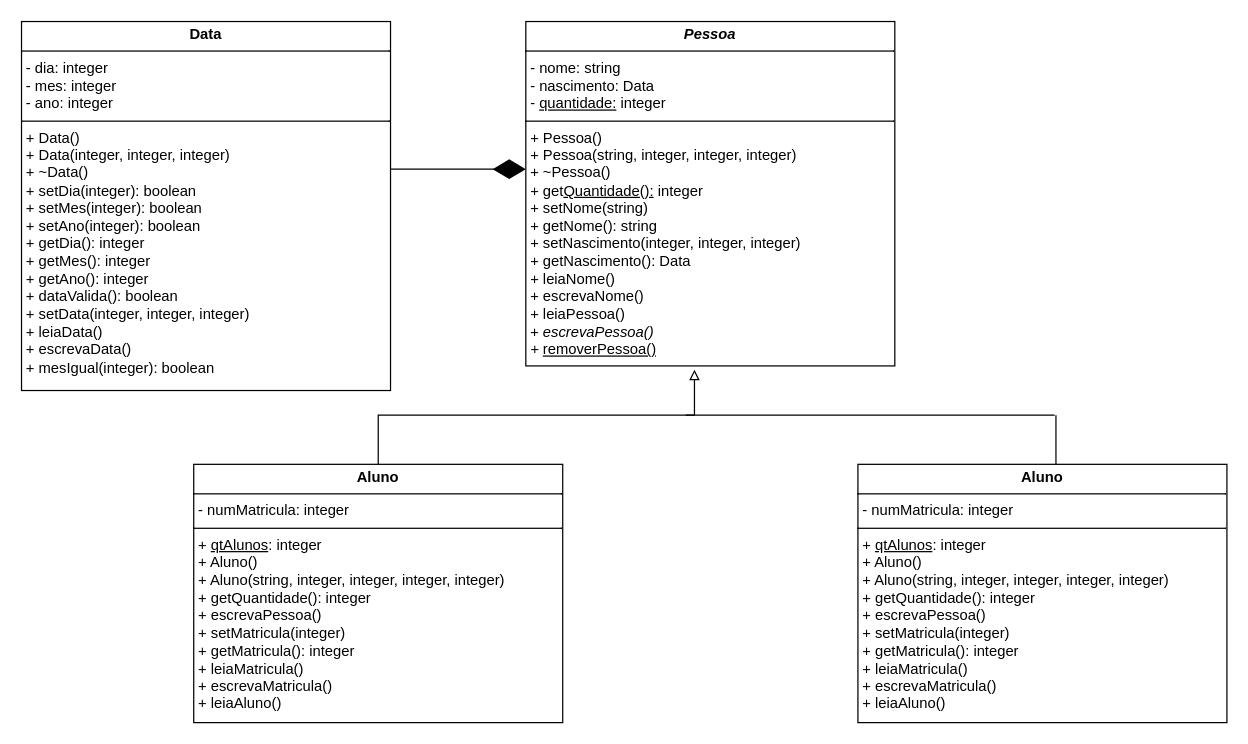
Above: Diagrama sem nome.drawio in PaulaNogueiraC/Diagrama-Classes-UML (draw.io), before the change. Source tidied: cells renumbered, new cells numbered last; positions are measured from the earlier drawing's top-left corner, leaving out a move shared by most shapes. Both pictures are drawn from the tidied source at 123%, with x=0, y=0 at pixel (21, 21).
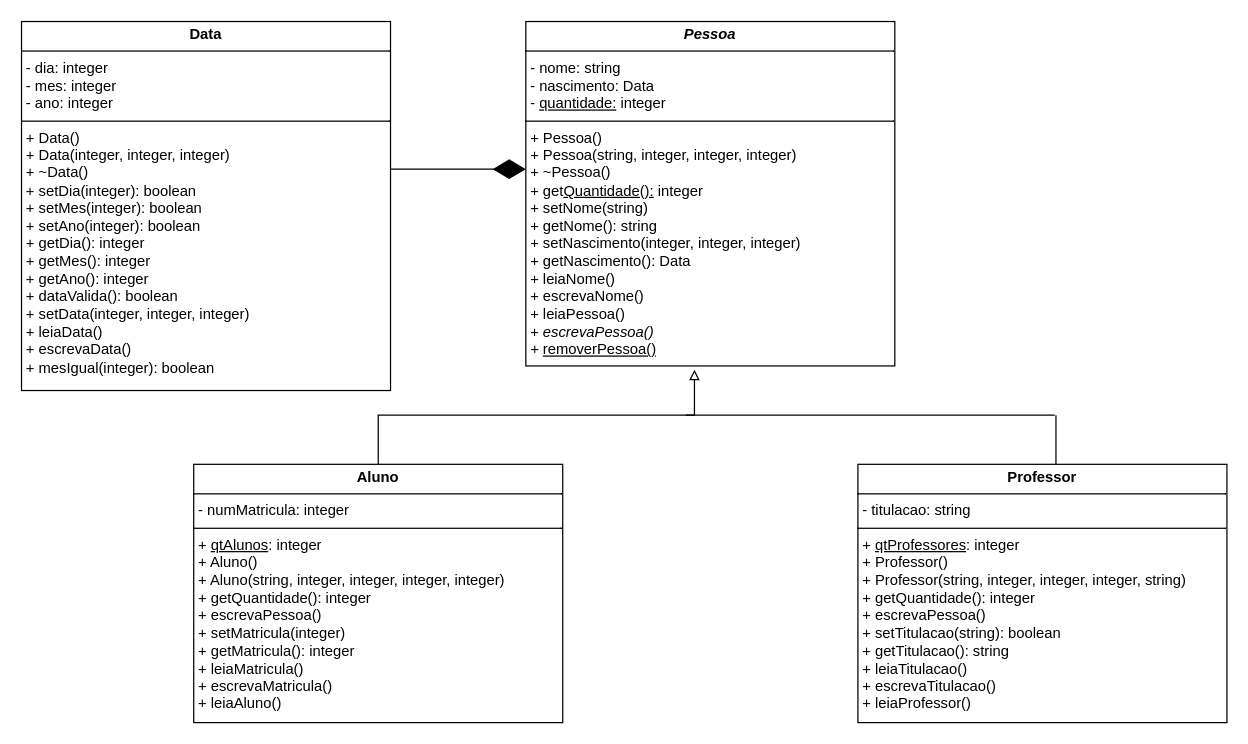
The same diagram, later.

Commit message:
classe professor

What changed in the source:
```diff
@@
 <mxGraphModel>
   <root>
     <mxCell id="0" />
     <mxCell id="1" parent="0" />
     <mxCell id="2" value="&lt;p style=&quot;margin:0px;margin-top:4px;text-align:center;&quot;&gt;&lt;b&gt;Data&lt;/b&gt;&lt;/p&gt;&lt;hr size=&quot;1&quot; style=&quot;border-style:solid;&quot;&gt;&lt;p style=&quot;margin:0px;margin-left:4px;&quot;&gt;- dia: integer&lt;/p&gt;&lt;p style=&quot;margin:0px;margin-left:4px;&quot;&gt;- mes: integer&lt;/p&gt;&lt;p style=&quot;margin:0px;margin-left:4px;&quot;&gt;- ano: integer&lt;/p&gt;&lt;hr size=&quot;1&quot; style=&quot;border-style:solid;&quot;&gt;&lt;p style=&quot;margin:0px;margin-left:4px;&quot;&gt;+ Data()&lt;/p&gt;&lt;p style=&quot;margin:0px;margin-left:4px;&quot;&gt;+ Data(integer, integer, integer)&lt;/p&gt;&lt;p style=&quot;margin:0px;margin-left:4px;&quot;&gt;+ ~Data()&lt;/p&gt;&lt;p style=&quot;margin:0px;margin-left:4px;&quot;&gt;&lt;span style=&quot;background-color: initial;&quot;&gt;+ setDia(integer): boolean&lt;/span&gt;&lt;br&gt;&lt;/p&gt;&lt;p style=&quot;margin:0px;margin-left:4px;&quot;&gt;+ setMes(integer): boolean&lt;/p&gt;&lt;p style=&quot;margin:0px;margin-left:4px;&quot;&gt;+ setAno(integer): boolean&lt;/p&gt;&lt;p style=&quot;margin:0px;margin-left:4px;&quot;&gt;+ getDia(): integer&lt;/p&gt;&lt;p style=&quot;margin:0px;margin-left:4px;&quot;&gt;+ getMes(): integer&lt;/p&gt;&lt;p style=&quot;margin:0px;margin-left:4px;&quot;&gt;+ getAno(): integer&lt;/p&gt;&lt;p style=&quot;margin:0px;margin-left:4px;&quot;&gt;+ dataValida(): boolean&lt;/p&gt;&lt;p style=&quot;margin:0px;margin-left:4px;&quot;&gt;+ setData(integer, integer, integer)&lt;/p&gt;&lt;p style=&quot;margin:0px;margin-left:4px;&quot;&gt;+ leiaData()&lt;/p&gt;&lt;p style=&quot;margin:0px;margin-left:4px;&quot;&gt;+ escrevaData()&lt;/p&gt;&lt;p style=&quot;margin:0px;margin-left:4px;&quot;&gt;+ mesIgual(integer): boolean&lt;/p&gt;&lt;p style=&quot;margin:0px;margin-left:4px;&quot;&gt;&lt;br&gt;&lt;/p&gt;&lt;p style=&quot;margin:0px;margin-left:4px;&quot;&gt;&lt;br&gt;&lt;/p&gt;" style="verticalAlign=top;align=left;overflow=fill;html=1;whiteSpace=wrap;" parent="1" vertex="1">
       <mxGeometry width="300" height="300" as="geometry" />
     </mxCell>
     <mxCell id="3" value="&lt;p style=&quot;margin:0px;margin-top:4px;text-align:center;&quot;&gt;&lt;b&gt;&lt;i&gt;Pessoa&lt;/i&gt;&lt;/b&gt;&lt;/p&gt;&lt;hr size=&quot;1&quot; style=&quot;border-style:solid;&quot;&gt;&lt;p style=&quot;margin:0px;margin-left:4px;&quot;&gt;- nome: string&lt;/p&gt;&lt;p style=&quot;margin:0px;margin-left:4px;&quot;&gt;- nascimento: Data&lt;/p&gt;&lt;p style=&quot;margin:0px;margin-left:4px;&quot;&gt;- &lt;u&gt;quantidade:&lt;/u&gt; integer&lt;/p&gt;&lt;hr size=&quot;1&quot; style=&quot;border-style:solid;&quot;&gt;&lt;p style=&quot;margin:0px;margin-left:4px;&quot;&gt;+ Pessoa()&lt;/p&gt;&lt;p style=&quot;margin:0px;margin-left:4px;&quot;&gt;+ Pessoa(string, integer, integer, integer)&lt;/p&gt;&lt;p style=&quot;margin:0px;margin-left:4px;&quot;&gt;+ ~Pessoa()&lt;/p&gt;&lt;p style=&quot;margin:0px;margin-left:4px;&quot;&gt;+ get&lt;u&gt;Quantidade():&lt;/u&gt; integer&lt;/p&gt;&lt;p style=&quot;margin:0px;margin-left:4px;&quot;&gt;+ setNome(string)&lt;/p&gt;&lt;p style=&quot;margin:0px;margin-left:4px;&quot;&gt;+ getNome(): string&lt;/p&gt;&lt;p style=&quot;margin:0px;margin-left:4px;&quot;&gt;+ setNascimento(integer, integer, integer)&lt;/p&gt;&lt;p style=&quot;margin:0px;margin-left:4px;&quot;&gt;+ getNascimento(): Data&lt;/p&gt;&lt;p style=&quot;margin:0px;margin-left:4px;&quot;&gt;+ leiaNome()&lt;/p&gt;&lt;p style=&quot;margin:0px;margin-left:4px;&quot;&gt;+ escrevaNome()&lt;/p&gt;&lt;p style=&quot;margin:0px;margin-left:4px;&quot;&gt;+ leiaPessoa()&lt;/p&gt;&lt;p style=&quot;margin:0px;margin-left:4px;&quot;&gt;+ &lt;i&gt;escrevaPessoa()&lt;/i&gt;&lt;/p&gt;&lt;p style=&quot;margin:0px;margin-left:4px;&quot;&gt;&lt;i&gt;+&amp;nbsp;&lt;/i&gt;&lt;span style=&quot;background-color: initial;&quot;&gt;&lt;u&gt;removerPessoa()&lt;/u&gt;&lt;/span&gt;&lt;/p&gt;" style="verticalAlign=top;align=left;overflow=fill;html=1;whiteSpace=wrap;" parent="1" vertex="1">
       <mxGeometry x="410" width="300" height="280" as="geometry" />
     </mxCell>
     <mxCell id="4" style="endArrow=diamondThin;endFill=1;endSize=24;html=1;rounded=0;exitX=1;exitY=0.4;exitDx=0;exitDy=0;exitPerimeter=0;" parent="1" edge="1" source="2">
       <mxGeometry relative="1" as="geometry">
         <mxPoint x="410" y="120" as="targetPoint" />
       </mxGeometry>
     </mxCell>
     <mxCell id="5" style="edgeStyle=orthogonalEdgeStyle;rounded=0;jettySize=auto;html=1;entryX=0.457;entryY=1.011;entryDx=0;entryDy=0;entryPerimeter=0;endArrow=block;endFill=0;" parent="1" edge="1" source="6" target="3">
       <mxGeometry relative="1" as="geometry">
         <Array as="points">
           <mxPoint x="290" y="320" />
           <mxPoint x="547" y="320" />
         </Array>
       </mxGeometry>
     </mxCell>
     <mxCell id="6" value="&lt;p style=&quot;margin:0px;margin-top:4px;text-align:center;&quot;&gt;&lt;b&gt;Aluno&lt;/b&gt;&lt;/p&gt;&lt;hr size=&quot;1&quot; style=&quot;border-style:solid;&quot;&gt;&lt;p style=&quot;margin:0px;margin-left:4px;&quot;&gt;- numMatricula: integer&lt;/p&gt;&lt;hr size=&quot;1&quot; style=&quot;border-style:solid;&quot;&gt;&lt;p style=&quot;margin:0px;margin-left:4px;&quot;&gt;+ &lt;u&gt;qtAlunos&lt;/u&gt;: integer&lt;/p&gt;&lt;p style=&quot;margin:0px;margin-left:4px;&quot;&gt;+ Aluno()&lt;/p&gt;&lt;p style=&quot;margin:0px;margin-left:4px;&quot;&gt;+ Aluno(string, integer, integer, integer, integer)&lt;/p&gt;&lt;p style=&quot;margin:0px;margin-left:4px;&quot;&gt;+ getQuantidade(): integer&lt;br&gt;&lt;/p&gt;&lt;p style=&quot;margin:0px;margin-left:4px;&quot;&gt;+ escrevaPessoa()&lt;/p&gt;&lt;p style=&quot;margin:0px;margin-left:4px;&quot;&gt;+ setMatricula(integer)&lt;/p&gt;&lt;p style=&quot;margin:0px;margin-left:4px;&quot;&gt;+ getMatricula(): integer&lt;/p&gt;&lt;p style=&quot;margin:0px;margin-left:4px;&quot;&gt;+ leiaMatricula()&lt;/p&gt;&lt;p style=&quot;margin:0px;margin-left:4px;&quot;&gt;+ escrevaMatricula()&lt;/p&gt;&lt;p style=&quot;margin:0px;margin-left:4px;&quot;&gt;+ leiaAluno()&lt;/p&gt;" style="verticalAlign=top;align=left;overflow=fill;html=1;whiteSpace=wrap;" parent="1" vertex="1">
       <mxGeometry x="140" y="360" width="300" height="210" as="geometry" />
     </mxCell>
-    <mxCell id="7" value="&lt;p style=&quot;margin:0px;margin-top:4px;text-align:center;&quot;&gt;&lt;b&gt;Aluno&lt;/b&gt;&lt;/p&gt;&lt;hr size=&quot;1&quot; style=&quot;border-style:solid;&quot;&gt;&lt;p style=&quot;margin:0px;margin-left:4px;&quot;&gt;- numMatricula: integer&lt;/p&gt;&lt;hr size=&quot;1&quot; style=&quot;border-style:solid;&quot;&gt;&lt;p style=&quot;margin:0px;margin-left:4px;&quot;&gt;+ &lt;u&gt;qtAlunos&lt;/u&gt;: integer&lt;/p&gt;&lt;p style=&quot;margin:0px;margin-left:4px;&quot;&gt;+ Aluno()&lt;/p&gt;&lt;p style=&quot;margin:0px;margin-left:4px;&quot;&gt;+ Aluno(string, integer, integer, integer, integer)&lt;/p&gt;&lt;p style=&quot;margin:0px;margin-left:4px;&quot;&gt;+ getQuantidade(): integer&lt;br&gt;&lt;/p&gt;&lt;p style=&quot;margin:0px;margin-left:4px;&quot;&gt;+ escrevaPessoa()&lt;/p&gt;&lt;p style=&quot;margin:0px;margin-left:4px;&quot;&gt;+ setMatricula(integer)&lt;/p&gt;&lt;p style=&quot;margin:0px;margin-left:4px;&quot;&gt;+ getMatricula(): integer&lt;/p&gt;&lt;p style=&quot;margin:0px;margin-left:4px;&quot;&gt;+ leiaMatricula()&lt;/p&gt;&lt;p style=&quot;margin:0px;margin-left:4px;&quot;&gt;+ escrevaMatricula()&lt;/p&gt;&lt;p style=&quot;margin:0px;margin-left:4px;&quot;&gt;+ leiaAluno()&lt;/p&gt;" style="verticalAlign=top;align=left;overflow=fill;html=1;whiteSpace=wrap;" parent="1" vertex="1">
+    <mxCell id="7" value="&lt;p style=&quot;margin:0px;margin-top:4px;text-align:center;&quot;&gt;&lt;b&gt;Professor&lt;/b&gt;&lt;/p&gt;&lt;hr size=&quot;1&quot; style=&quot;border-style:solid;&quot;&gt;&lt;p style=&quot;margin:0px;margin-left:4px;&quot;&gt;- titulacao: string&lt;/p&gt;&lt;hr size=&quot;1&quot; style=&quot;border-style:solid;&quot;&gt;&lt;p style=&quot;margin:0px;margin-left:4px;&quot;&gt;+ &lt;u&gt;qtProfessores&lt;/u&gt;: integer&lt;/p&gt;&lt;p style=&quot;margin:0px;margin-left:4px;&quot;&gt;+ Professor()&lt;/p&gt;&lt;p style=&quot;margin:0px;margin-left:4px;&quot;&gt;+ Professor(string, integer, integer, integer, string)&lt;/p&gt;&lt;p style=&quot;margin:0px;margin-left:4px;&quot;&gt;+ getQuantidade(): integer&amp;nbsp;&lt;br&gt;&lt;/p&gt;&lt;p style=&quot;margin:0px;margin-left:4px;&quot;&gt;+ escrevaPessoa()&lt;/p&gt;&lt;p style=&quot;margin:0px;margin-left:4px;&quot;&gt;+ setTitulacao(string): boolean&lt;/p&gt;&lt;p style=&quot;margin:0px;margin-left:4px;&quot;&gt;+ getTitulacao(): string&lt;/p&gt;&lt;p style=&quot;margin:0px;margin-left:4px;&quot;&gt;+ leiaTitulacao()&lt;/p&gt;&lt;p style=&quot;margin:0px;margin-left:4px;&quot;&gt;+ escrevaTitulacao()&lt;/p&gt;&lt;p style=&quot;margin:0px;margin-left:4px;&quot;&gt;+ leiaProfessor()&lt;/p&gt;&lt;p style=&quot;margin:0px;margin-left:4px;&quot;&gt;&lt;br&gt;&lt;/p&gt;" style="verticalAlign=top;align=left;overflow=fill;html=1;whiteSpace=wrap;" parent="1" vertex="1">
       <mxGeometry x="680" y="360" width="300" height="210" as="geometry" />
     </mxCell>
     <mxCell id="8" style="line;strokeWidth=1;fillColor=none;align=left;verticalAlign=middle;spacingTop=-1;spacingLeft=3;spacingRight=3;labelPosition=right;strokeColor=inherit;" parent="1" vertex="1">
       <mxGeometry x="540" y="310" width="300" height="20" as="geometry" />
     </mxCell>
     <mxCell id="9" style="line;strokeWidth=1;fillColor=none;align=left;verticalAlign=middle;spacingTop=-1;spacingLeft=3;spacingRight=3;labelPosition=right;strokeColor=inherit;direction=south;" parent="1" vertex="1">
       <mxGeometry x="832" y="320" width="18" height="40" as="geometry" />
     </mxCell>
   </root>
 </mxGraphModel>
```
